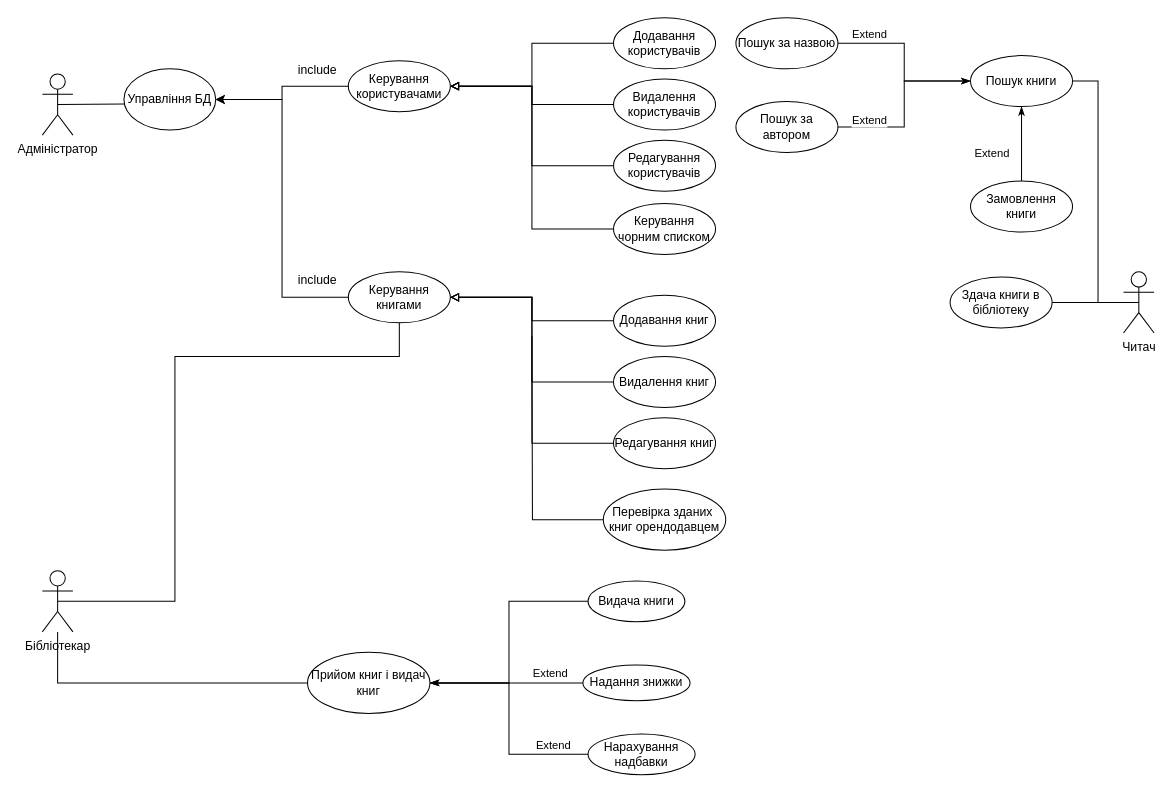
mmeerrccyy/tcpp_library_project keeps this draw.io diagram as use_case.drawio. Above is the earlier version. Source tidied: cells renumbered, new cells numbered last; positions are measured from the earlier drawing's top-left corner, leaving out a move shared by most shapes. Both pictures are drawn from the tidied source at 102%, with x=0, y=0 at pixel (42, 17).
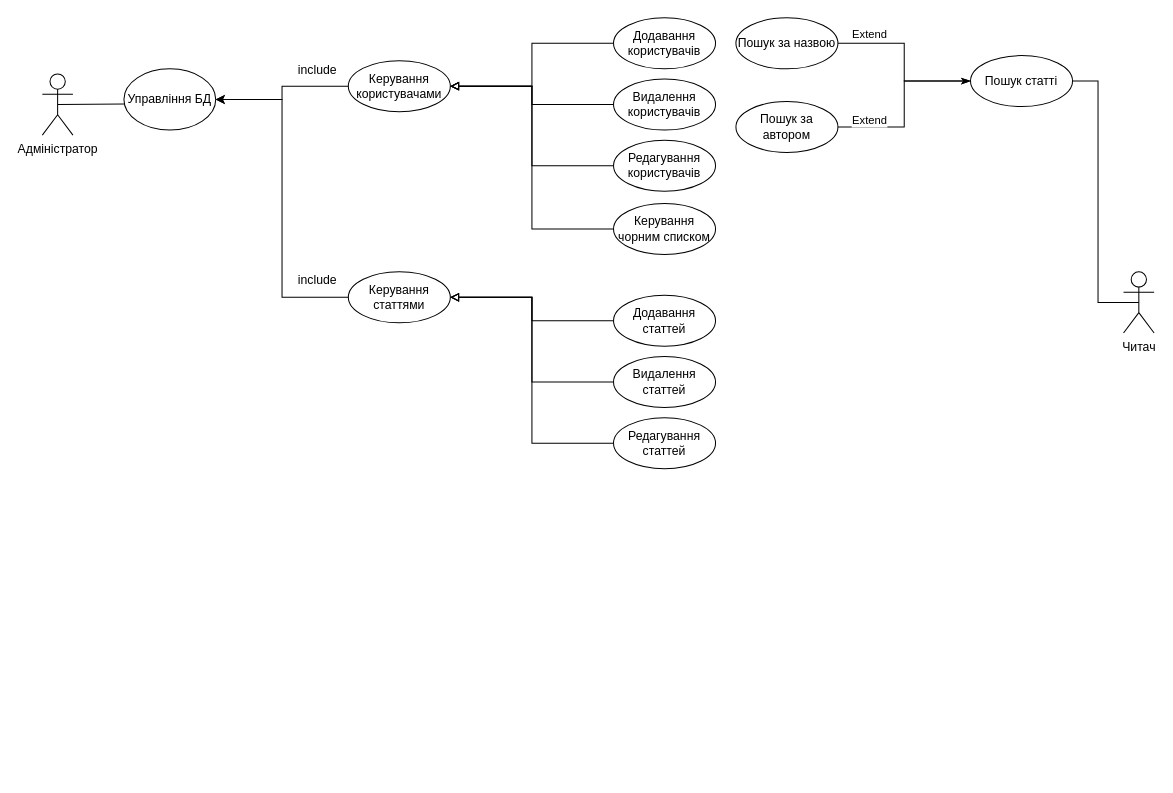
The same page after the edit.

Unchanged cells that the change refers to:
```xml
<mxCell id="6" value="Читач&lt;br&gt;" style="shape=umlActor;verticalLabelPosition=bottom;verticalAlign=top;html=1;" parent="1" vertex="1">
  <mxGeometry x="1060" y="249" width="30" height="60" as="geometry" />
</mxCell>
```

What changed in the source:
```diff
@@
-    <mxCell id="3" style="edgeStyle=orthogonalEdgeStyle;rounded=0;jettySize=auto;html=1;exitX=0.5;exitY=0.5;exitDx=0;exitDy=0;exitPerimeter=0;entryX=0.5;entryY=1;entryDx=0;entryDy=0;endArrow=none;endFill=0;strokeColor=#000000;" parent="1" edge="1" source="4" target="12">
-      <mxGeometry relative="1" as="geometry">
-        <Array as="points">
-          <mxPoint x="130" y="572" />
-          <mxPoint x="130" y="332" />
-          <mxPoint x="350" y="332" />
-        </Array>
-      </mxGeometry>
-    </mxCell>
-    <mxCell id="4" value="Бібліотекар" style="shape=umlActor;verticalLabelPosition=bottom;verticalAlign=top;html=1;" parent="1" vertex="1">
-      <mxGeometry y="542" width="30" height="60" as="geometry" />
-    </mxCell>
@@
-    <mxCell id="12" value="Керування книгами&lt;br&gt;" style="ellipse;whiteSpace=wrap;html=1;" parent="1" vertex="1">
+    <mxCell id="12" value="Керування статтями" style="ellipse;whiteSpace=wrap;html=1;" parent="1" vertex="1">
       <mxGeometry x="300" y="249" width="100" height="50" as="geometry" />
     </mxCell>
@@
-    <mxCell id="20" value="Додавання книг" style="ellipse;whiteSpace=wrap;html=1;" parent="1" vertex="1">
+    <mxCell id="20" value="Додавання статтей" style="ellipse;whiteSpace=wrap;html=1;" parent="1" vertex="1">
       <mxGeometry x="560" y="272" width="100" height="50" as="geometry" />
     </mxCell>
@@
-    <mxCell id="22" value="Видалення книг&lt;br&gt;" style="ellipse;whiteSpace=wrap;html=1;" parent="1" vertex="1">
+    <mxCell id="22" value="Видалення статтей" style="ellipse;whiteSpace=wrap;html=1;" parent="1" vertex="1">
       <mxGeometry x="560" y="332" width="100" height="50" as="geometry" />
     </mxCell>
@@
-    <mxCell id="24" value="Редагування книг" style="ellipse;whiteSpace=wrap;html=1;" parent="1" vertex="1">
+    <mxCell id="24" value="Редагування статтей" style="ellipse;whiteSpace=wrap;html=1;" parent="1" vertex="1">
       <mxGeometry x="560" y="392" width="100" height="50" as="geometry" />
     </mxCell>
@@
-    <mxCell id="27" style="edgeStyle=orthogonalEdgeStyle;rounded=0;jettySize=auto;html=1;entryX=1;entryY=0.5;entryDx=0;entryDy=0;endArrow=classicThin;endFill=1;strokeColor=#000000;" parent="1" edge="1" source="28" target="35">
-      <mxGeometry relative="1" as="geometry" />
-    </mxCell>
-    <mxCell id="28" value="Видача книги" style="ellipse;whiteSpace=wrap;html=1;" parent="1" vertex="1">
-      <mxGeometry x="535" y="552" width="95" height="40" as="geometry" />
-    </mxCell>
-    <mxCell id="29" style="edgeStyle=orthogonalEdgeStyle;rounded=0;jettySize=auto;html=1;endArrow=classicThin;endFill=1;strokeColor=#000000;sketch=0;" parent="1" edge="1" source="31" target="35">
-      <mxGeometry relative="1" as="geometry" />
-    </mxCell>
-    <mxCell id="30" value="Extend" style="edgeLabel;html=1;align=center;verticalAlign=middle;" parent="29" vertex="1">
-      <mxGeometry x="-0.72" y="-1" relative="1" as="geometry">
-        <mxPoint x="-12" y="-9" as="offset" />
-      </mxGeometry>
-    </mxCell>
-    <mxCell id="31" value="Надання знижки" style="ellipse;whiteSpace=wrap;html=1;" parent="1" vertex="1">
-      <mxGeometry x="530" y="634.5" width="105" height="35" as="geometry" />
-    </mxCell>
-    <mxCell id="32" style="edgeStyle=orthogonalEdgeStyle;rounded=0;jettySize=auto;html=1;entryX=1;entryY=0.5;entryDx=0;entryDy=0;endArrow=classicThin;endFill=1;strokeColor=#000000;" parent="1" edge="1" source="33" target="35">
-      <mxGeometry relative="1" as="geometry" />
-    </mxCell>
-    <mxCell id="33" value="Нарахування надбавки&lt;br&gt;" style="ellipse;whiteSpace=wrap;html=1;" parent="1" vertex="1">
-      <mxGeometry x="535" y="702" width="105" height="40" as="geometry" />
-    </mxCell>
-    <mxCell id="34" style="edgeStyle=orthogonalEdgeStyle;rounded=0;jettySize=auto;html=1;endArrow=none;endFill=0;strokeColor=#000000;" parent="1" edge="1" source="35" target="4">
-      <mxGeometry relative="1" as="geometry" />
-    </mxCell>
-    <mxCell id="35" value="Прийом книг і видач книг" style="ellipse;whiteSpace=wrap;html=1;" parent="1" vertex="1">
-      <mxGeometry x="260" y="622" width="120" height="60" as="geometry" />
-    </mxCell>
-    <mxCell id="36" value="Extend" style="edgeLabel;html=1;align=center;verticalAlign=middle;" parent="1" vertex="1">
-      <mxGeometry x="500" y="712" as="geometry" />
-    </mxCell>
-    <mxCell id="37" style="edgeStyle=orthogonalEdgeStyle;rounded=0;jettySize=auto;html=1;endArrow=none;endFill=0;" parent="1" edge="1" source="38">
-      <mxGeometry relative="1" as="geometry">
-        <mxPoint x="480" y="312" as="targetPoint" />
-      </mxGeometry>
-    </mxCell>
-    <mxCell id="38" value="Перевірка зданих&amp;nbsp; книг орендодавцем" style="ellipse;whiteSpace=wrap;html=1;" parent="1" vertex="1">
-      <mxGeometry x="550" y="462" width="120" height="60" as="geometry" />
-    </mxCell>
@@
-    <mxCell id="41" value="Пошук книги" style="ellipse;whiteSpace=wrap;html=1;" parent="1" vertex="1">
+    <mxCell id="41" value="Пошук статті" style="ellipse;whiteSpace=wrap;html=1;" parent="1" vertex="1">
       <mxGeometry x="910" y="37" width="100" height="50" as="geometry" />
     </mxCell>
@@
-    <mxCell id="48" style="edgeStyle=orthogonalEdgeStyle;rounded=0;sketch=0;jettySize=auto;html=1;entryX=0.5;entryY=1;entryDx=0;entryDy=0;endArrow=classicThin;endFill=1;strokeColor=#000000;" parent="1" edge="1" source="49" target="41">
-      <mxGeometry relative="1" as="geometry" />
-    </mxCell>
-    <mxCell id="49" value="Замовлення книги" style="ellipse;whiteSpace=wrap;html=1;" parent="1" vertex="1">
-      <mxGeometry x="910" y="160" width="100" height="50" as="geometry" />
-    </mxCell>
-    <mxCell id="50" value="Extend" style="edgeLabel;html=1;align=center;verticalAlign=middle;" parent="1" vertex="1">
-      <mxGeometry x="930" y="132" as="geometry" />
-    </mxCell>
-    <mxCell id="51" style="edgeStyle=orthogonalEdgeStyle;rounded=0;jettySize=auto;html=1;entryX=0.5;entryY=0.5;entryDx=0;entryDy=0;entryPerimeter=0;endArrow=none;endFill=0;" parent="1" edge="1" source="52" target="6">
-      <mxGeometry relative="1" as="geometry" />
-    </mxCell>
-    <mxCell id="52" value="Здача книги в бібліотеку" style="ellipse;whiteSpace=wrap;html=1;" parent="1" vertex="1">
-      <mxGeometry x="890" y="254" width="100" height="50" as="geometry" />
-    </mxCell>
```
